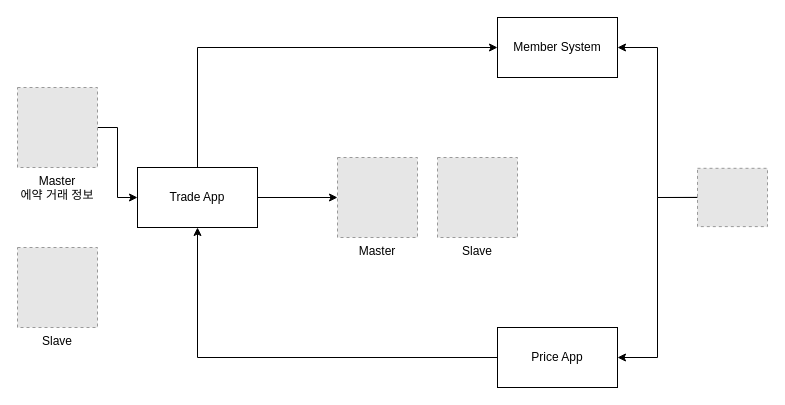
Above: document/구조.drawio in O0oO0Oo/Bitcoin-Simulated-Investment-BE (draw.io), before the change. Source tidied: cells renumbered, new cells numbered last; positions are measured from the earlier drawing's top-left corner, leaving out a move shared by most shapes. Both pictures are drawn from the tidied source at 100%, with x=0, y=0 at pixel (17, 17). Pictures stored in the file or linked from it are replaced by grey dashed boxes.
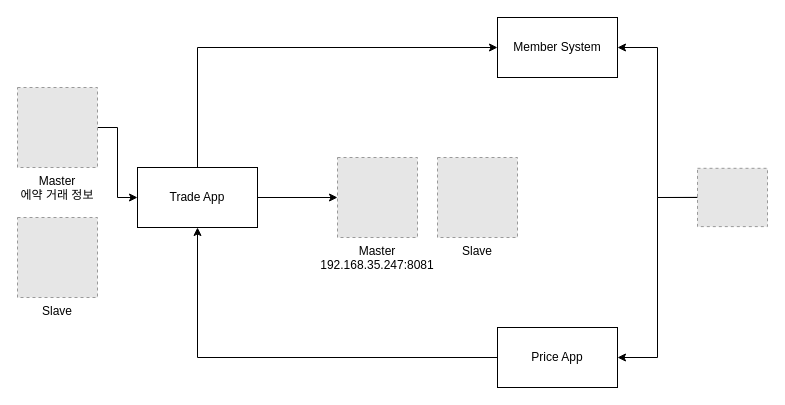
Above is the later version.

Commit message:
구조.drawio 업데이트

Diff of the diagram source:
```diff
@@
 <mxGraphModel>
   <root>
     <mxCell id="0" />
     <mxCell id="1" parent="0" />
     <mxCell id="2" style="edgeStyle=orthogonalEdgeStyle;rounded=0;jettySize=auto;html=1;exitX=1;exitY=0.5;exitDx=0;exitDy=0;" parent="1" edge="1" source="4" target="9">
       <mxGeometry relative="1" as="geometry" />
     </mxCell>
     <mxCell id="3" style="edgeStyle=orthogonalEdgeStyle;rounded=0;jettySize=auto;html=1;exitX=0.5;exitY=0;exitDx=0;exitDy=0;entryX=0;entryY=0.5;entryDx=0;entryDy=0;" parent="1" edge="1" source="4" target="6">
       <mxGeometry relative="1" as="geometry" />
     </mxCell>
     <mxCell id="4" value="Trade App" style="rounded=0;whiteSpace=wrap;html=1;" parent="1" vertex="1">
       <mxGeometry x="120" y="150" width="120" height="60" as="geometry" />
     </mxCell>
     <mxCell id="5" style="edgeStyle=orthogonalEdgeStyle;rounded=0;jettySize=auto;html=1;exitX=0;exitY=0.5;exitDx=0;exitDy=0;entryX=0.5;entryY=1;entryDx=0;entryDy=0;" parent="1" edge="1" source="15" target="4">
       <mxGeometry relative="1" as="geometry" />
     </mxCell>
     <mxCell id="6" value="Member System" style="rounded=0;whiteSpace=wrap;html=1;" parent="1" vertex="1">
       <mxGeometry x="480" width="120" height="60" as="geometry" />
     </mxCell>
     <mxCell id="7" style="edgeStyle=orthogonalEdgeStyle;rounded=0;jettySize=auto;html=1;exitX=1;exitY=0.5;exitDx=0;exitDy=0;entryX=0;entryY=0.5;entryDx=0;entryDy=0;" parent="1" edge="1" source="8" target="4">
       <mxGeometry relative="1" as="geometry" />
     </mxCell>
     <mxCell id="8" value="Master&#10;에약 거래 정보" style="fillColor=#E6E6E6;strokeColor=#999999;dashed=1;verticalLabelPosition=bottom;labelBackgroundColor=default;verticalAlign=top;" parent="1" vertex="1">
       <mxGeometry y="70" width="80" height="80" as="geometry" />
     </mxCell>
-    <mxCell id="9" value="Master" style="fillColor=#E6E6E6;strokeColor=#999999;dashed=1;verticalLabelPosition=bottom;labelBackgroundColor=default;verticalAlign=top;" parent="1" vertex="1">
+    <mxCell id="9" value="Master&#10;192.168.35.247:8081" style="fillColor=#E6E6E6;strokeColor=#999999;dashed=1;verticalLabelPosition=bottom;labelBackgroundColor=default;verticalAlign=top;" parent="1" vertex="1">
       <mxGeometry x="320" y="140" width="80" height="80" as="geometry" />
     </mxCell>
     <mxCell id="10" style="edgeStyle=orthogonalEdgeStyle;rounded=0;jettySize=auto;html=1;exitX=0;exitY=0.5;exitDx=0;exitDy=0;entryX=1;entryY=0.5;entryDx=0;entryDy=0;" parent="1" edge="1" source="12" target="6">
       <mxGeometry relative="1" as="geometry" />
     </mxCell>
     <mxCell id="11" style="edgeStyle=orthogonalEdgeStyle;rounded=0;jettySize=auto;html=1;exitX=0;exitY=0.5;exitDx=0;exitDy=0;entryX=1;entryY=0.5;entryDx=0;entryDy=0;" parent="1" edge="1" source="12" target="15">
       <mxGeometry relative="1" as="geometry" />
     </mxCell>
     <mxCell id="12" style="fillColor=#E6E6E6;strokeColor=#999999;dashed=1;verticalLabelPosition=bottom;labelBackgroundColor=default;verticalAlign=top;" parent="1" vertex="1">
       <mxGeometry x="680" y="150.8" width="70" height="58.3" as="geometry" />
     </mxCell>
     <mxCell id="13" value="Slave" style="fillColor=#E6E6E6;strokeColor=#999999;dashed=1;verticalLabelPosition=bottom;labelBackgroundColor=default;verticalAlign=top;" parent="1" vertex="1">
       <mxGeometry x="420" y="140" width="80" height="80" as="geometry" />
     </mxCell>
     <mxCell id="14" value="Slave" style="fillColor=#E6E6E6;strokeColor=#999999;dashed=1;verticalLabelPosition=bottom;labelBackgroundColor=default;verticalAlign=top;" parent="1" vertex="1">
-      <mxGeometry y="230" width="80" height="80" as="geometry" />
+      <mxGeometry y="200" width="80" height="80" as="geometry" />
     </mxCell>
     <mxCell id="15" value="Price App" style="rounded=0;whiteSpace=wrap;html=1;" parent="1" vertex="1">
       <mxGeometry x="480" y="310" width="120" height="60" as="geometry" />
     </mxCell>
   </root>
 </mxGraphModel>
```
